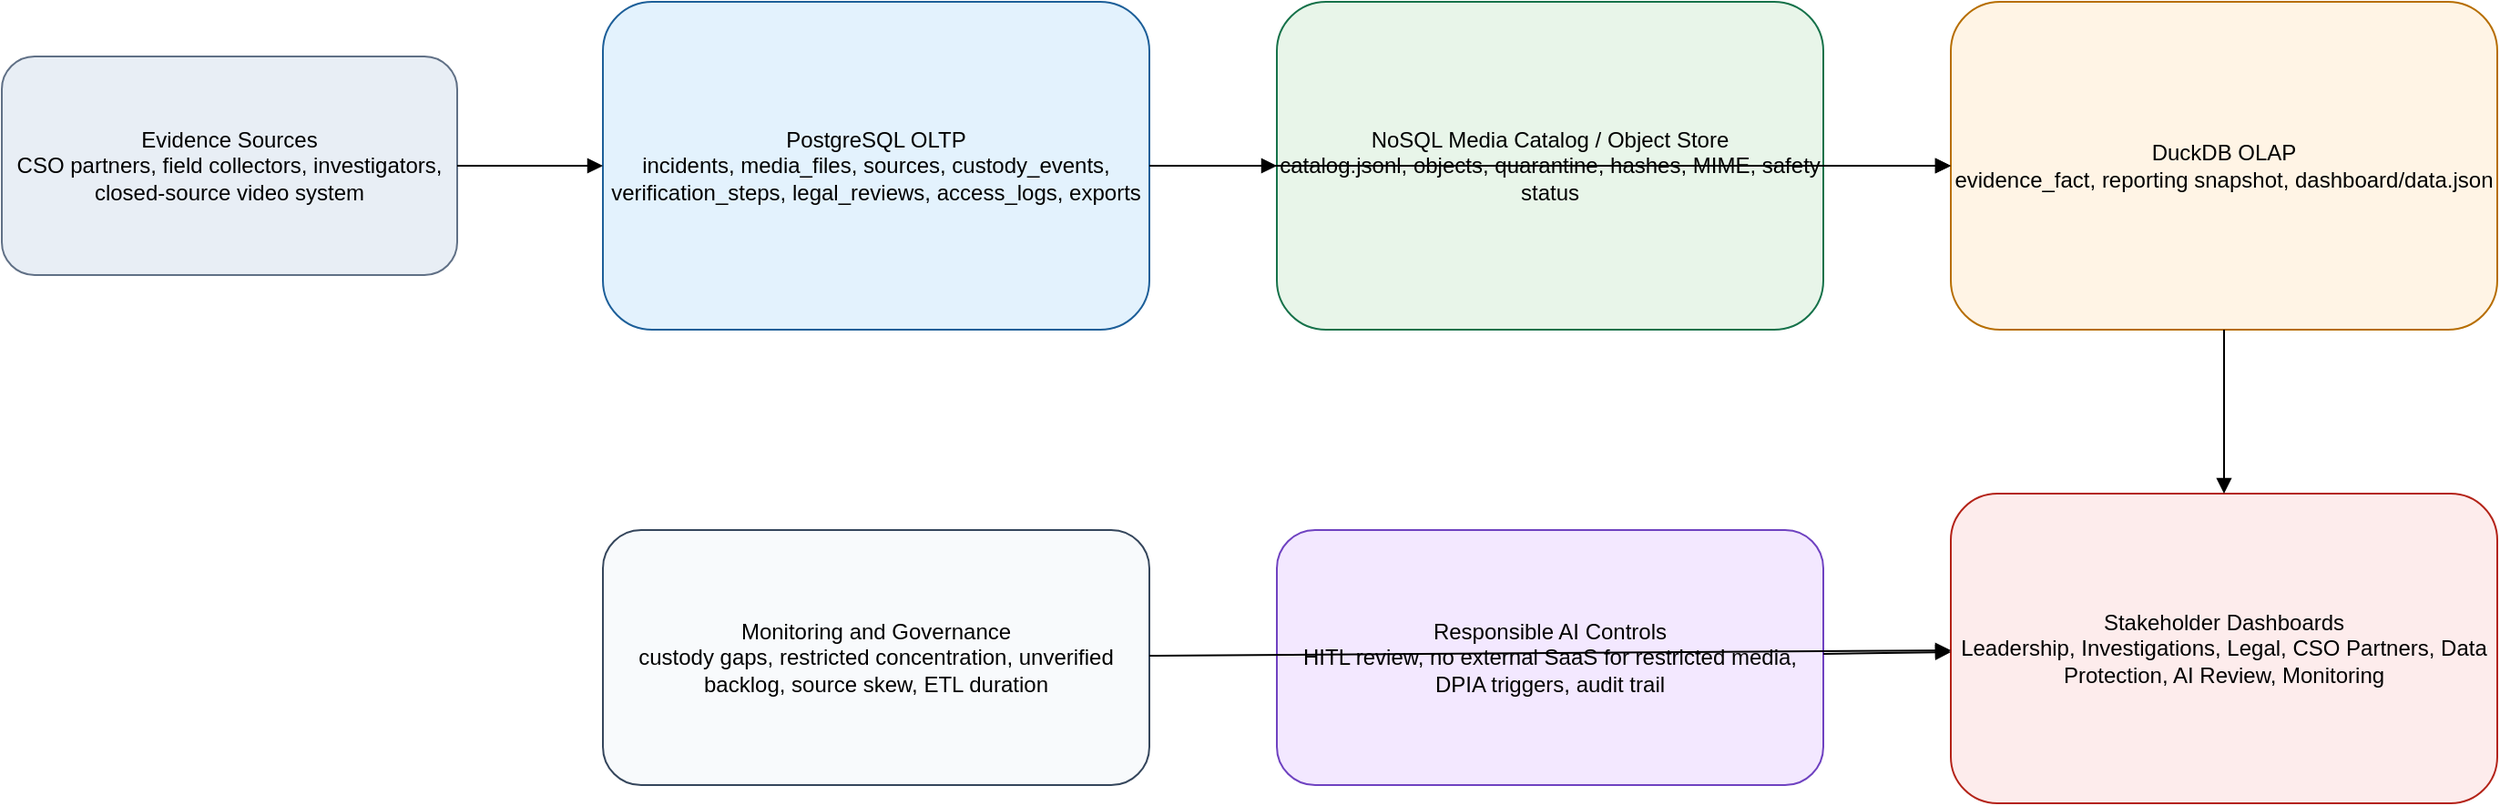
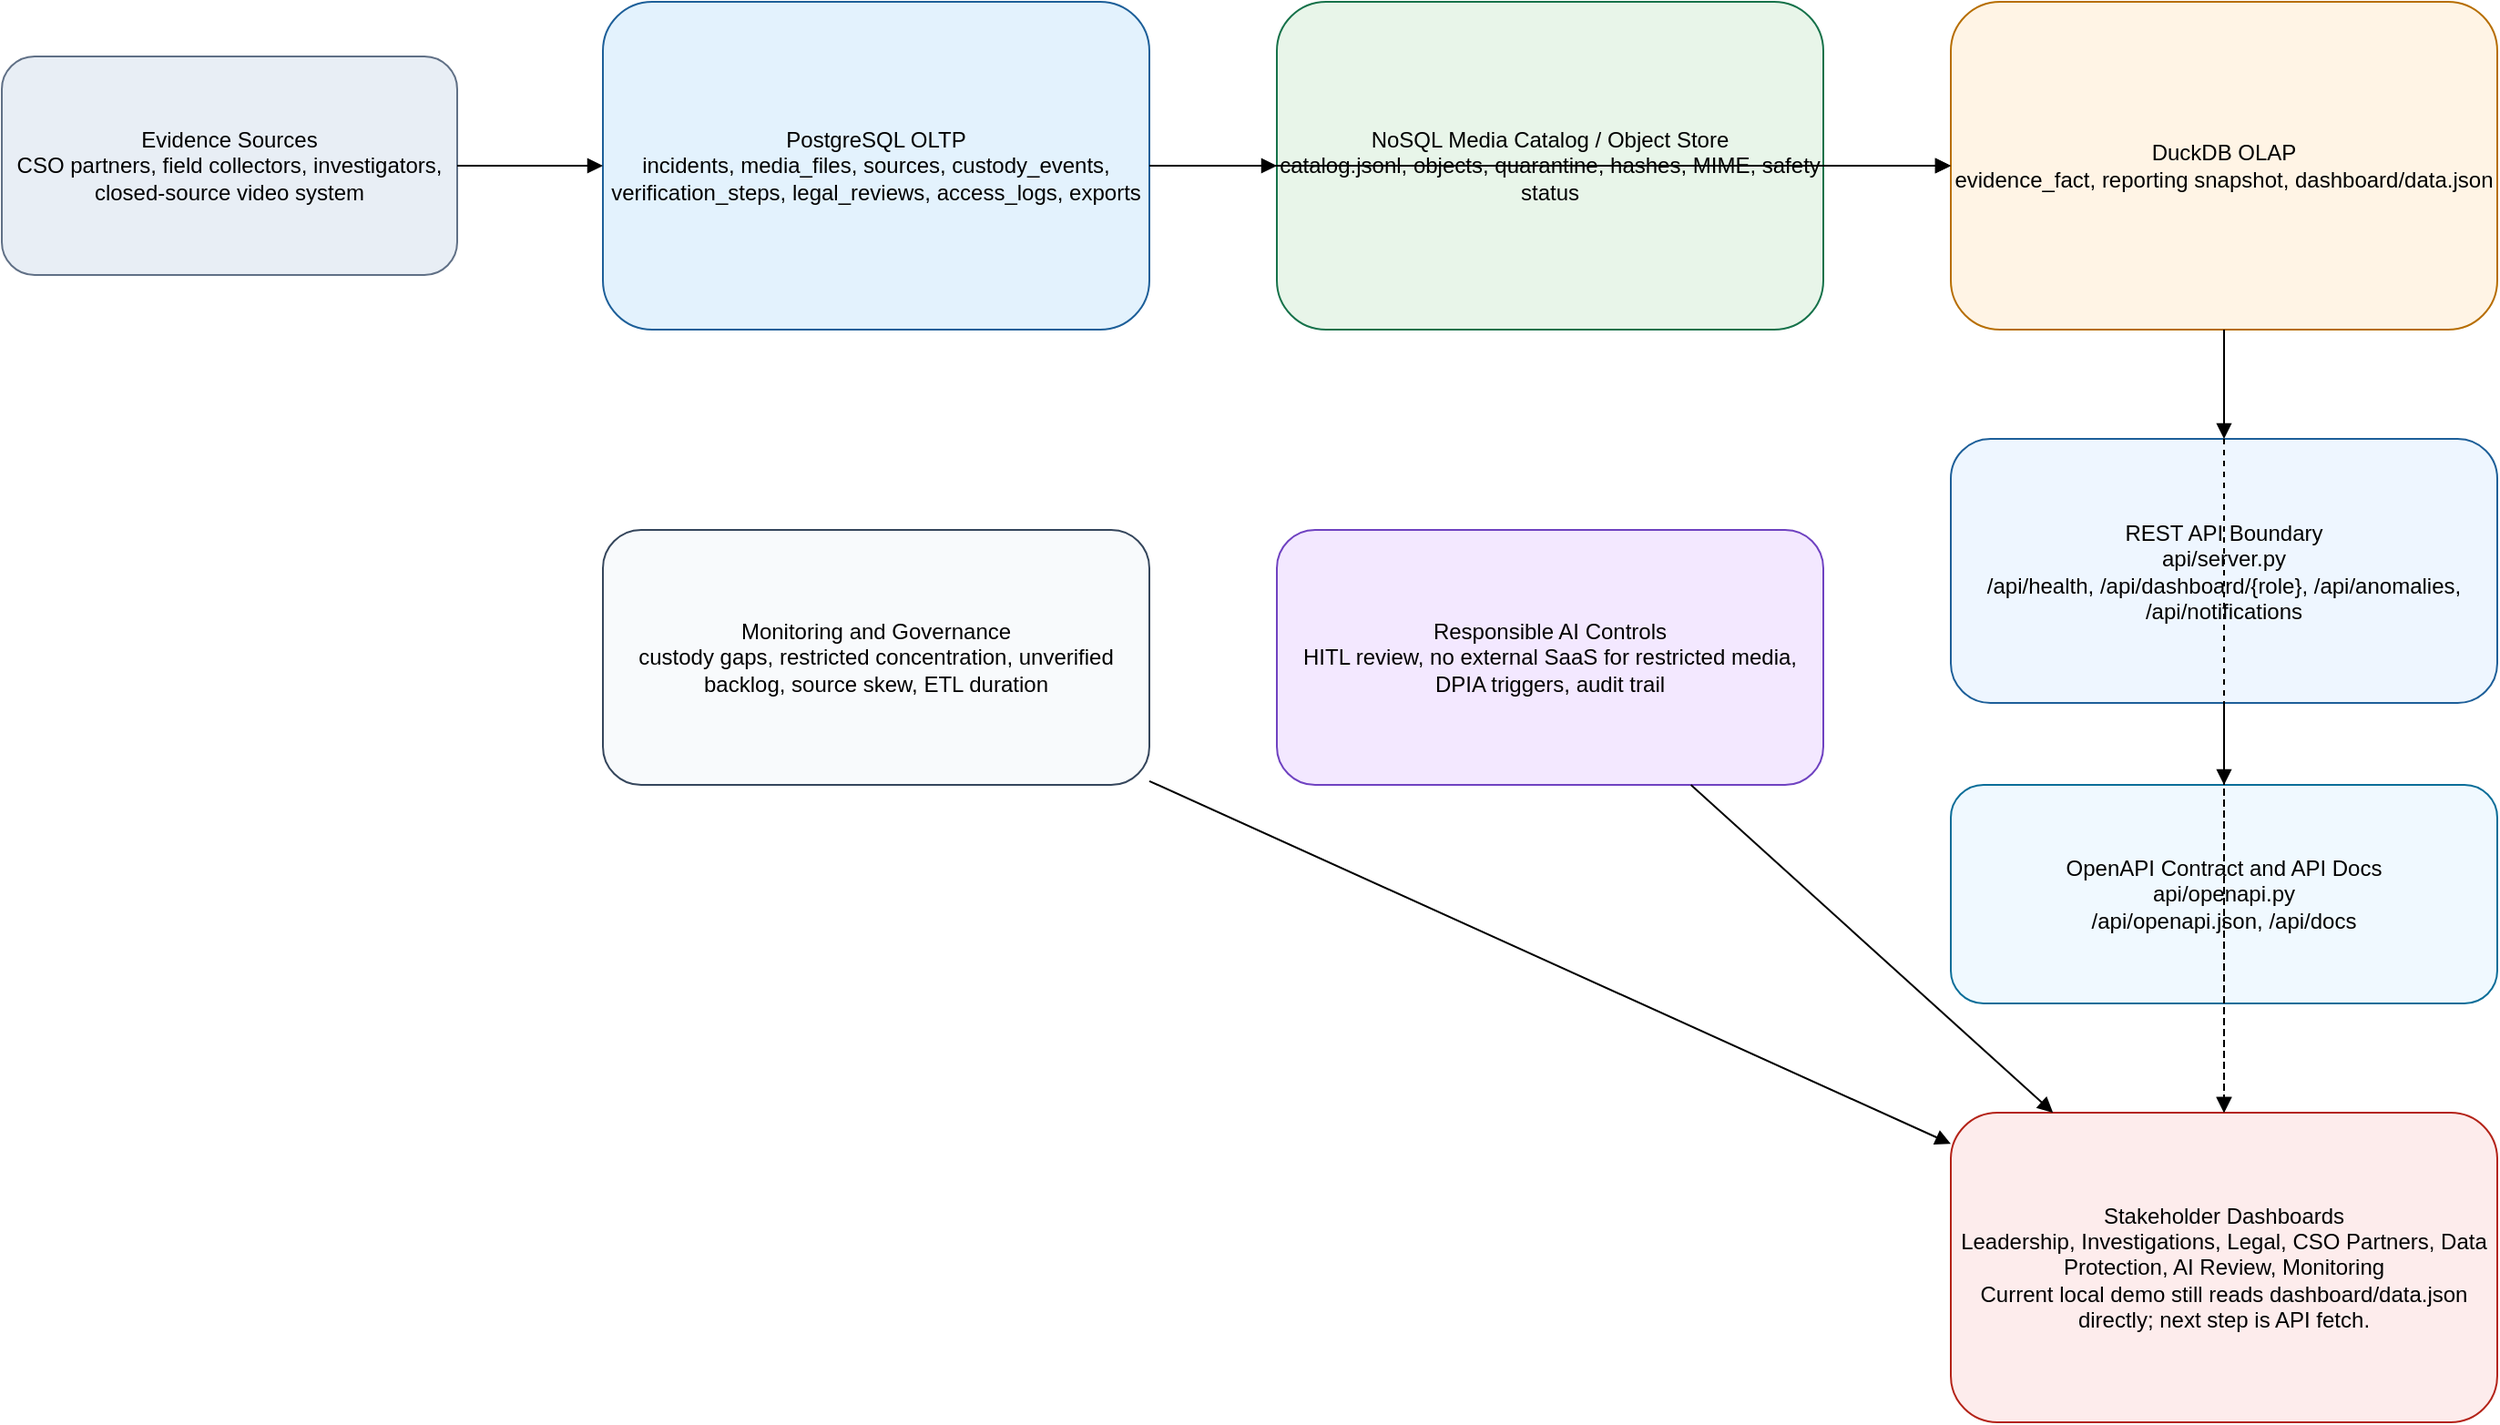
<mxfile host="app.diagrams.net" modified="2026-05-30T00:00:00.000Z" agent="Codex" version="24.7.17">
  <diagram id="hrt-architecture" name="HRT OLTP OLAP Architecture">
    <mxGraphModel dx="1422" dy="794" grid="1" gridSize="10" guides="1" tooltips="1" connect="1" arrows="1" fold="1" page="1" pageScale="1" pageWidth="1600" pageHeight="1000" math="0" shadow="0">
      <root>
        <mxCell id="0"/>
        <mxCell id="1" parent="0"/>
        <mxCell id="sources" value="Evidence Sources&#xa;CSO partners, field collectors, investigators, closed-source video system" style="rounded=1;whiteSpace=wrap;html=1;fillColor=#e8eef5;strokeColor=#607086;" vertex="1" parent="1">
          <mxGeometry x="40" y="120" width="250" height="120" as="geometry"/>
        </mxCell>
        <mxCell id="oltp" value="PostgreSQL OLTP&#xa;incidents, media_files, sources, custody_events, verification_steps, legal_reviews, access_logs, exports" style="rounded=1;whiteSpace=wrap;html=1;fillColor=#e3f2fd;strokeColor=#1d5f99;" vertex="1" parent="1">
          <mxGeometry x="370" y="90" width="300" height="180" as="geometry"/>
        </mxCell>
        <mxCell id="nosql" value="NoSQL Media Catalog / Object Store&#xa;catalog.jsonl, objects, quarantine, hashes, MIME, safety status" style="rounded=1;whiteSpace=wrap;html=1;fillColor=#e8f5e9;strokeColor=#16724a;" vertex="1" parent="1">
          <mxGeometry x="740" y="90" width="300" height="180" as="geometry"/>
        </mxCell>
        <mxCell id="olap" value="DuckDB OLAP&#xa;evidence_fact, reporting snapshot, dashboard/data.json" style="rounded=1;whiteSpace=wrap;html=1;fillColor=#fff4e5;strokeColor=#b76e00;" vertex="1" parent="1">
          <mxGeometry x="1110" y="90" width="300" height="180" as="geometry"/>
        </mxCell>
-         <mxCell id="dash" value="Stakeholder Dashboards&#xa;Leadership, Investigations, Legal, CSO Partners, Data Protection, AI Review, Monitoring" style="rounded=1;whiteSpace=wrap;html=1;fillColor=#fdecec;strokeColor=#b42318;" vertex="1" parent="1">
-           <mxGeometry x="1110" y="360" width="300" height="170" as="geometry"/>
+         <mxCell id="api" value="REST API Boundary&#xa;api/server.py&#xa;/api/health, /api/dashboard/{role}, /api/anomalies, /api/notifications" style="rounded=1;whiteSpace=wrap;html=1;fillColor=#eef6ff;strokeColor=#1d5f99;" vertex="1" parent="1">
+           <mxGeometry x="1110" y="330" width="300" height="145" as="geometry"/>
+         </mxCell>
+         <mxCell id="openapi" value="OpenAPI Contract and API Docs&#xa;api/openapi.py&#xa;/api/openapi.json, /api/docs" style="rounded=1;whiteSpace=wrap;html=1;fillColor=#f0f9ff;strokeColor=#0b6e99;" vertex="1" parent="1">
+           <mxGeometry x="1110" y="520" width="300" height="120" as="geometry"/>
+         </mxCell>
+         <mxCell id="dash" value="Stakeholder Dashboards&#xa;Leadership, Investigations, Legal, CSO Partners, Data Protection, AI Review, Monitoring&#xa;Current local demo still reads dashboard/data.json directly; next step is API fetch." style="rounded=1;whiteSpace=wrap;html=1;fillColor=#fdecec;strokeColor=#b42318;" vertex="1" parent="1">
+           <mxGeometry x="1110" y="700" width="300" height="170" as="geometry"/>
        </mxCell>
        <mxCell id="ai" value="Responsible AI Controls&#xa;HITL review, no external SaaS for restricted media, DPIA triggers, audit trail" style="rounded=1;whiteSpace=wrap;html=1;fillColor=#f3e8ff;strokeColor=#6f42c1;" vertex="1" parent="1">
          <mxGeometry x="740" y="380" width="300" height="140" as="geometry"/>
        </mxCell>
        <mxCell id="monitoring" value="Monitoring and Governance&#xa;custody gaps, restricted concentration, unverified backlog, source skew, ETL duration" style="rounded=1;whiteSpace=wrap;html=1;fillColor=#f8fafc;strokeColor=#35465c;" vertex="1" parent="1">
          <mxGeometry x="370" y="380" width="300" height="140" as="geometry"/>
        </mxCell>
        <mxCell id="e1" edge="1" parent="1" source="sources" target="oltp" style="endArrow=block;html=1;rounded=0;">
          <mxGeometry relative="1" as="geometry"/>
        </mxCell>
        <mxCell id="e2" edge="1" parent="1" source="oltp" target="nosql" style="endArrow=block;html=1;rounded=0;">
          <mxGeometry relative="1" as="geometry"/>
        </mxCell>
        <mxCell id="e3" edge="1" parent="1" source="oltp" target="olap" style="endArrow=block;html=1;rounded=0;">
          <mxGeometry relative="1" as="geometry"/>
        </mxCell>
        <mxCell id="e4" edge="1" parent="1" source="nosql" target="olap" style="endArrow=block;html=1;rounded=0;">
          <mxGeometry relative="1" as="geometry"/>
        </mxCell>
-         <mxCell id="e5" edge="1" parent="1" source="olap" target="dash" style="endArrow=block;html=1;rounded=0;">
+         <mxCell id="e5" edge="1" parent="1" source="olap" target="api" style="endArrow=block;html=1;rounded=0;">
+           <mxGeometry relative="1" as="geometry"/>
+         </mxCell>
+         <mxCell id="e5b" edge="1" parent="1" source="api" target="openapi" style="endArrow=block;html=1;rounded=0;">
+           <mxGeometry relative="1" as="geometry"/>
+         </mxCell>
+         <mxCell id="e5c" edge="1" parent="1" source="api" target="dash" style="endArrow=block;html=1;rounded=0;dashed=1;">
+           <mxGeometry relative="1" as="geometry"/>
+         </mxCell>
+         <mxCell id="e5d" edge="1" parent="1" source="olap" target="dash" style="endArrow=block;html=1;rounded=0;dashed=1;">
          <mxGeometry relative="1" as="geometry"/>
        </mxCell>
        <mxCell id="e6" edge="1" parent="1" source="ai" target="dash" style="endArrow=block;html=1;rounded=0;">
          <mxGeometry relative="1" as="geometry"/>
        </mxCell>
        <mxCell id="e7" edge="1" parent="1" source="monitoring" target="dash" style="endArrow=block;html=1;rounded=0;">
          <mxGeometry relative="1" as="geometry"/>
        </mxCell>
      </root>
    </mxGraphModel>
  </diagram>
</mxfile>
- 
